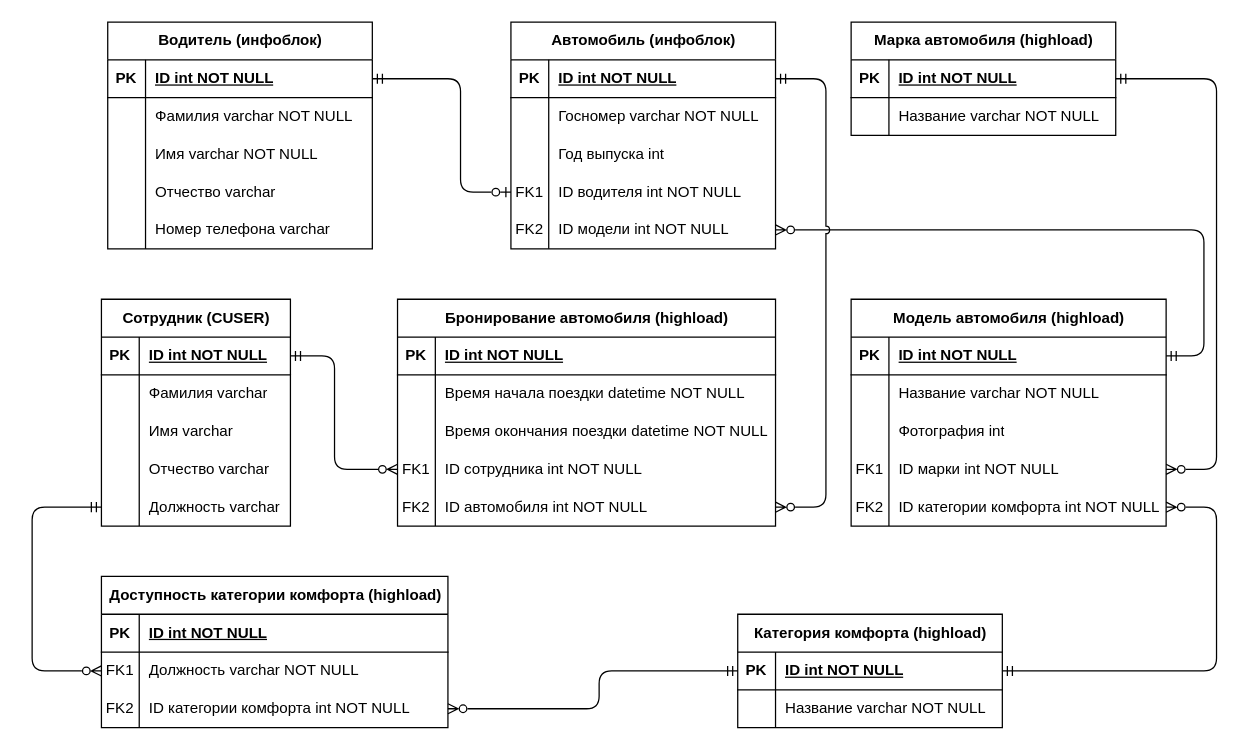
Above: test-task/Diagram/Diagram.drawio in ShkulovNikita/only-tasks (draw.io), before the change. Source tidied: cells renumbered, new cells numbered last; positions are measured from the earlier drawing's top-left corner, leaving out a move shared by most shapes. Both pictures are drawn from the tidied source at 126%, with x=0, y=0 at pixel (32, 21).
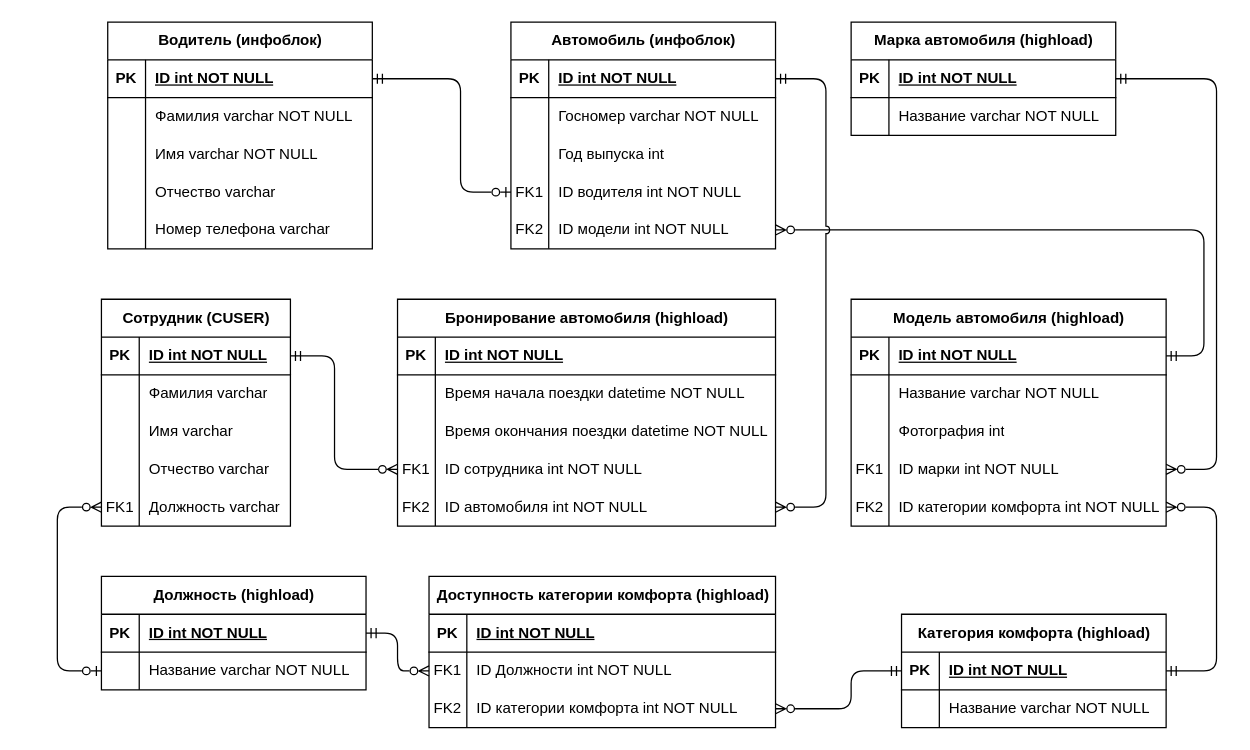
The same page after the edit.

Unchanged cells that the change refers to:
```xml
<mxCell id="15" style="shape=tableRow;horizontal=0;startSize=0;swimlaneHead=0;swimlaneBody=0;fillColor=none;points=[[0,0.5],[1,0.5]];portConstraint=eastwest;top=0;left=0;right=0;bottom=0;" parent="2" vertex="1">
  <mxGeometry y="150" width="150" height="30" as="geometry" />
</mxCell>
<mxCell id="90" style="shape=tableRow;horizontal=0;startSize=0;swimlaneHead=0;swimlaneBody=0;fillColor=none;points=[[0,0.5],[1,0.5]];portConstraint=eastwest;top=0;left=0;right=0;bottom=1;" parent="89" vertex="1">
  <mxGeometry y="30" width="210" height="30" as="geometry" />
</mxCell>
<mxCell id="106" style="shape=tableRow;horizontal=0;startSize=0;swimlaneHead=0;swimlaneBody=0;fillColor=none;points=[[0,0.5],[1,0.5]];portConstraint=eastwest;top=0;left=0;right=0;bottom=0;" parent="102" vertex="1">
  <mxGeometry y="60" width="275" height="30" as="geometry" />
</mxCell>
<mxCell id="109" style="shape=tableRow;horizontal=0;startSize=0;swimlaneHead=0;swimlaneBody=0;fillColor=none;points=[[0,0.5],[1,0.5]];portConstraint=eastwest;top=0;left=0;right=0;bottom=0;" parent="102" vertex="1">
  <mxGeometry y="90" width="275" height="30" as="geometry" />
</mxCell>
```

What changed in the source:
```diff
@@
-    <mxCell id="16" style="shape=partialRectangle;fillColor=none;top=0;left=0;bottom=0;right=0;overflow=hidden;whiteSpace=wrap;html=1;" parent="15" vertex="1">
+    <mxCell id="16" value="FK1" style="shape=partialRectangle;fillColor=none;top=0;left=0;bottom=0;right=0;overflow=hidden;whiteSpace=wrap;html=1;" parent="15" vertex="1">
       <mxGeometry width="30" height="30" as="geometry" />
     </mxCell>
@@
     <mxCell id="89" value="Категория комфорта (highload)" style="shape=table;startSize=30;childLayout=tableLayout;rowLines=0;fontStyle=1;align=center;html=1;" parent="1" vertex="1">
-      <mxGeometry x="560" y="470" width="210" height="90" as="geometry" />
+      <mxGeometry x="690" y="470" width="210" height="90" as="geometry" />
     </mxCell>
@@
-    <mxCell id="96" style="endArrow=ERmandOne;html=1;rounded=1;startArrow=ERzeroToMany;startFill=0;endFill=0;exitX=0;exitY=0.5;exitDx=0;exitDy=0;entryX=0;entryY=0.5;entryDx=0;entryDy=0;" parent="1" edge="1" source="106" target="15">
+    <mxCell id="96" style="endArrow=ERmandOne;html=1;rounded=1;startArrow=ERzeroToMany;startFill=0;endFill=0;exitX=0;exitY=0.5;exitDx=0;exitDy=0;entryX=1;entryY=0.5;entryDx=0;entryDy=0;" parent="1" edge="1" source="106" target="115">
       <mxGeometry relative="1" as="geometry">
         <Array as="points">
-          <mxPoint y="515" />
-          <mxPoint y="385" />
+          <mxPoint x="290" y="515" />
+          <mxPoint x="290" y="485" />
         </Array>
       </mxGeometry>
     </mxCell>
@@
     <mxCell id="98" style="endArrow=ERmandOne;html=1;rounded=1;startArrow=ERzeroToMany;startFill=0;endFill=0;exitX=1;exitY=0.5;exitDx=0;exitDy=0;entryX=0;entryY=0.5;entryDx=0;entryDy=0;" parent="1" edge="1" source="109" target="90">
       <mxGeometry relative="1" as="geometry">
         <Array as="points">
-          <mxPoint x="450" y="545" />
-          <mxPoint x="450" y="515" />
+          <mxPoint x="650" y="545" />
+          <mxPoint x="650" y="515" />
         </Array>
       </mxGeometry>
     </mxCell>
@@
     <mxCell id="102" value="Доступность категории комфорта (highload)" style="shape=table;startSize=30;childLayout=tableLayout;rowLines=0;fontStyle=1;align=center;html=1;" parent="1" vertex="1">
-      <mxGeometry x="55" y="440" width="275" height="120" as="geometry" />
+      <mxGeometry x="315" y="440" width="275" height="120" as="geometry" />
     </mxCell>
@@
-    <mxCell id="108" value="Должность varchar NOT NULL" style="shape=partialRectangle;fillColor=none;top=0;left=0;bottom=0;right=0;align=left;spacingLeft=6;overflow=hidden;whiteSpace=wrap;html=1;" parent="106" vertex="1">
+    <mxCell id="108" value="ID Должности int NOT NULL" style="shape=partialRectangle;fillColor=none;top=0;left=0;bottom=0;right=0;align=left;spacingLeft=6;overflow=hidden;whiteSpace=wrap;html=1;" parent="106" vertex="1">
       <mxGeometry x="30" width="245" height="30" as="geometry" />
     </mxCell>
@@
+    <mxCell id="114" value="Должность (highload)" style="shape=table;startSize=30;childLayout=tableLayout;rowLines=0;fontStyle=1;align=center;html=1;" parent="1" vertex="1">
+      <mxGeometry x="55" y="440" width="210" height="90" as="geometry" />
+    </mxCell>
+    <mxCell id="115" style="shape=tableRow;horizontal=0;startSize=0;swimlaneHead=0;swimlaneBody=0;fillColor=none;points=[[0,0.5],[1,0.5]];portConstraint=eastwest;top=0;left=0;right=0;bottom=1;" parent="114" vertex="1">
+      <mxGeometry y="30" width="210" height="30" as="geometry" />
+    </mxCell>
+    <mxCell id="116" value="PK" style="shape=partialRectangle;fillColor=none;top=0;left=0;bottom=0;right=0;fontStyle=1;overflow=hidden;whiteSpace=wrap;html=1;" parent="115" vertex="1">
+      <mxGeometry width="30" height="30" as="geometry" />
+    </mxCell>
+    <mxCell id="117" value="ID int NOT NULL" style="shape=partialRectangle;fillColor=none;top=0;left=0;bottom=0;right=0;align=left;spacingLeft=6;fontStyle=5;overflow=hidden;whiteSpace=wrap;html=1;" parent="115" vertex="1">
+      <mxGeometry x="30" width="180" height="30" as="geometry" />
+    </mxCell>
+    <mxCell id="118" style="shape=tableRow;horizontal=0;startSize=0;swimlaneHead=0;swimlaneBody=0;fillColor=none;points=[[0,0.5],[1,0.5]];portConstraint=eastwest;top=0;left=0;right=0;bottom=0;" parent="114" vertex="1">
+      <mxGeometry y="60" width="210" height="30" as="geometry" />
+    </mxCell>
+    <mxCell id="119" style="shape=partialRectangle;fillColor=none;top=0;left=0;bottom=0;right=0;overflow=hidden;whiteSpace=wrap;html=1;" parent="118" vertex="1">
+      <mxGeometry width="30" height="30" as="geometry" />
+    </mxCell>
+    <mxCell id="120" value="Название varchar NOT NULL" style="shape=partialRectangle;fillColor=none;top=0;left=0;bottom=0;right=0;align=left;spacingLeft=6;overflow=hidden;whiteSpace=wrap;html=1;" parent="118" vertex="1">
+      <mxGeometry x="30" width="180" height="30" as="geometry" />
+    </mxCell>
+    <mxCell id="121" style="endArrow=ERzeroToOne;html=1;rounded=1;startArrow=ERzeroToMany;startFill=0;endFill=0;entryX=0;entryY=0.5;entryDx=0;entryDy=0;exitX=0;exitY=0.5;exitDx=0;exitDy=0;" parent="1" edge="1" source="15" target="118">
+      <mxGeometry relative="1" as="geometry">
+        <Array as="points">
+          <mxPoint x="20" y="385" />
+          <mxPoint x="20" y="515" />
+        </Array>
+      </mxGeometry>
+    </mxCell>
```
